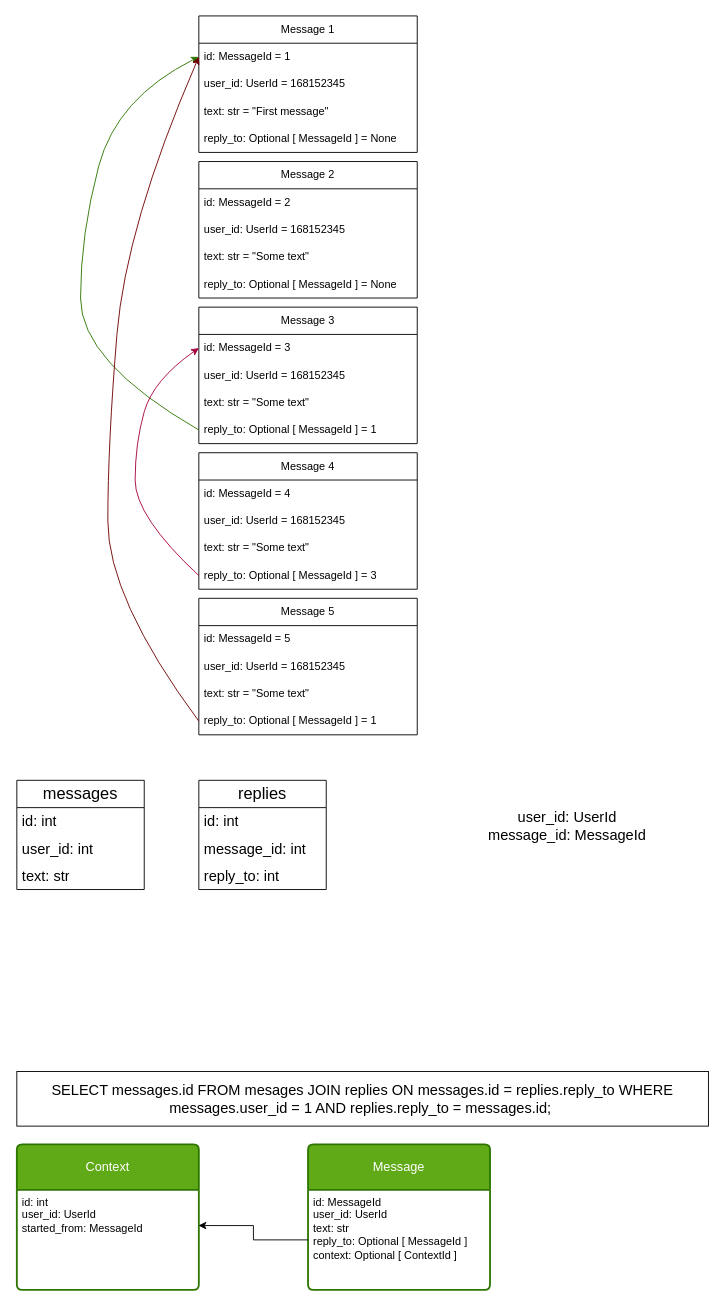
Above: page "context" (3 of 3) of ChatGpt.drawio in KmvRoman/Diagrams (draw.io), before the change. Source tidied: cells renumbered, new cells numbered last; positions are measured from the earlier drawing's top-left corner, leaving out a move shared by most shapes. Both pictures are drawn from the tidied source at 91%, with x=0, y=0 at pixel (16, 15).
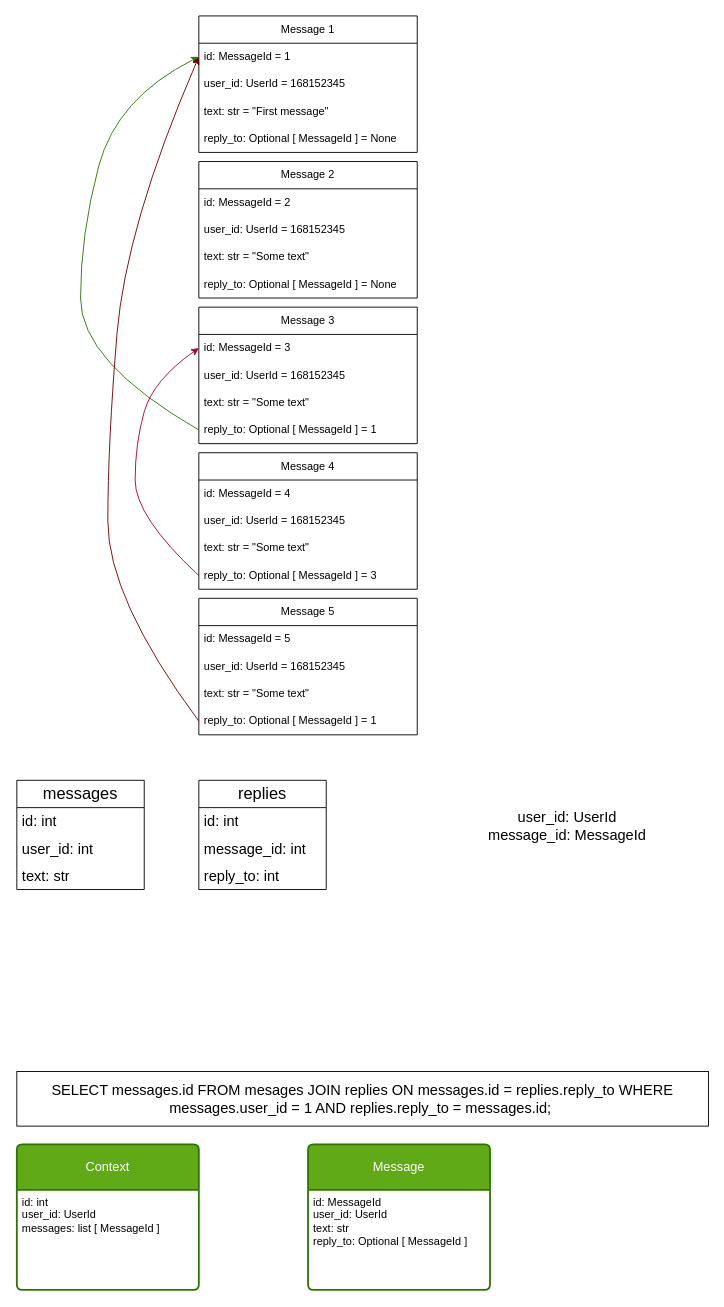
The same page after the edit.

The change refers to these unchanged cells:
```xml
<mxCell id="40" value="Context" style="swimlane;horizontal=1;startSize=50;rounded=1;fontSize=14;fontStyle=0;strokeWidth=2;shadow=0;dashed=0;align=center;arcSize=4;whiteSpace=wrap;html=1;fillColor=#60a917;fontColor=#ffffff;strokeColor=#2D7600;" parent="1" vertex="1">
  <mxGeometry y="1240" width="200" height="160" as="geometry" />
</mxCell>
<mxCell id="42" value="Message" style="swimlane;horizontal=1;startSize=50;rounded=1;fontSize=14;fontStyle=0;strokeWidth=2;shadow=0;dashed=0;align=center;arcSize=4;whiteSpace=wrap;html=1;fillColor=#60a917;fontColor=#ffffff;strokeColor=#2D7600;" parent="1" vertex="1">
  <mxGeometry x="320" y="1240" width="200" height="160" as="geometry" />
</mxCell>
```

The edit, as a diff of the source:
```diff
@@
-    <mxCell id="41" value="id: int&lt;br&gt;user_id: UserId&lt;br&gt;started_from: MessageId" style="align=left;strokeColor=none;fillColor=none;spacingLeft=4;fontSize=12;verticalAlign=top;html=1;" parent="40" vertex="1">
+    <mxCell id="41" value="id: int&lt;br&gt;user_id: UserId&lt;br&gt;messages: list [ MessageId ]" style="align=left;strokeColor=none;fillColor=none;spacingLeft=4;fontSize=12;verticalAlign=top;html=1;" parent="40" vertex="1">
       <mxGeometry y="50" width="200" height="110" as="geometry" />
     </mxCell>
@@
-    <mxCell id="43" value="id: MessageId&lt;br&gt;user_id: UserId&lt;br&gt;text: str&lt;br&gt;reply_to: Optional [ MessageId ]&lt;br&gt;context: Optional [ ContextId ]" style="align=left;strokeColor=none;fillColor=none;spacingLeft=4;fontSize=12;verticalAlign=top;html=1;" parent="42" vertex="1">
+    <mxCell id="43" value="id: MessageId&lt;br&gt;user_id: UserId&lt;br&gt;text: str&lt;br&gt;reply_to: Optional [ MessageId ]" style="align=left;strokeColor=none;fillColor=none;spacingLeft=4;fontSize=12;verticalAlign=top;html=1;" parent="42" vertex="1">
       <mxGeometry y="50" width="200" height="110" as="geometry" />
     </mxCell>
-    <mxCell id="44" style="edgeStyle=orthogonalEdgeStyle;rounded=0;jettySize=auto;html=1;entryX=0.998;entryY=0.357;entryDx=0;entryDy=0;entryPerimeter=0;" parent="1" edge="1" source="43" target="41">
-      <mxGeometry relative="1" as="geometry" />
-    </mxCell>
```
